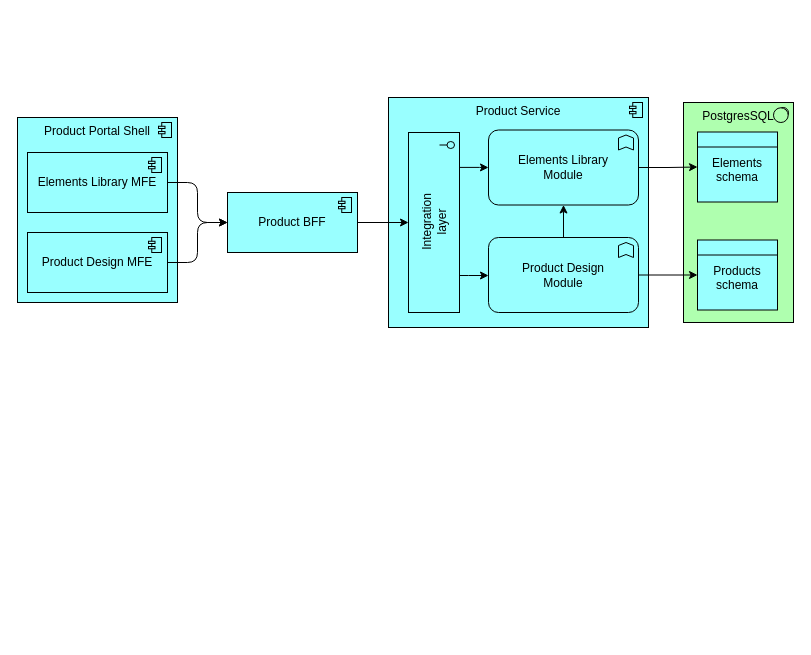
Above: Product_service_architecture.drawio in mswist/draw.io (draw.io), before the change. Source tidied: cells renumbered, new cells numbered last; positions are measured from the earlier drawing's top-left corner, leaving out a move shared by most shapes. Both pictures are drawn from the tidied source at 100%, with x=0, y=0 at pixel (17, 97).
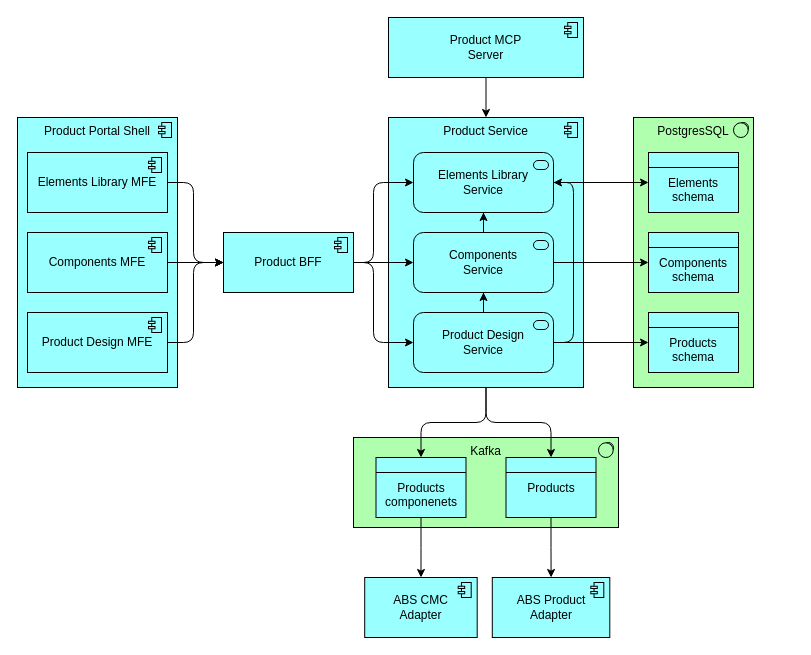
The same page after the edit.

Unchanged cells that the change refers to:
```xml
<mxCell id="6" value="Elements Library MFE" style="html=1;outlineConnect=0;whiteSpace=wrap;fillColor=#99ffff;shape=mxgraph.archimate3.application;appType=comp;archiType=square;" parent="1" vertex="1">
  <mxGeometry x="10" y="55" width="140" height="60" as="geometry" />
</mxCell>
```

The edit, as a diff of the source:
```diff
@@
+    <mxCell id="21" value="Kafka" style="html=1;whiteSpace=wrap;fillColor=#AFFFAF;shape=mxgraph.archimate3.application;appType=sysSw;archiType=square;verticalAlign=top;" parent="1" vertex="1">
+      <mxGeometry x="336" y="340" width="265" height="90" as="geometry" />
+    </mxCell>
     <mxCell id="2" value="PostgresSQL" style="html=1;whiteSpace=wrap;fillColor=#AFFFAF;shape=mxgraph.archimate3.application;appType=sysSw;archiType=square;verticalAlign=top;" parent="1" vertex="1">
-      <mxGeometry x="666" y="5" width="110" height="220" as="geometry" />
+      <mxGeometry x="616" y="20" width="120" height="270" as="geometry" />
     </mxCell>
+    <mxCell id="22" style="edgeStyle=orthogonalEdgeStyle;rounded=1;jettySize=auto;html=1;curved=0;" parent="1" edge="1" source="3" target="42">
+      <mxGeometry relative="1" as="geometry" />
+    </mxCell>
+    <mxCell id="23" style="edgeStyle=orthogonalEdgeStyle;rounded=1;jettySize=auto;html=1;curved=0;" parent="1" edge="1" source="3" target="44">
+      <mxGeometry relative="1" as="geometry" />
+    </mxCell>
     <mxCell id="3" value="Product Service" style="html=1;outlineConnect=0;whiteSpace=wrap;fillColor=#99ffff;shape=mxgraph.archimate3.application;appType=comp;archiType=square;verticalAlign=top;" parent="1" vertex="1">
-      <mxGeometry x="371" width="260" height="230" as="geometry" />
+      <mxGeometry x="371" y="20" width="195" height="270" as="geometry" />
     </mxCell>
     <mxCell id="4" value="Product Portal Shell" style="html=1;whiteSpace=wrap;fillColor=#99ffff;shape=mxgraph.archimate3.application;appType=comp;archiType=square;verticalAlign=top;" parent="1" vertex="1">
-      <mxGeometry y="20" width="160" height="185" as="geometry" />
+      <mxGeometry y="20" width="160" height="270" as="geometry" />
     </mxCell>
     <mxCell id="5" style="edgeStyle=orthogonalEdgeStyle;rounded=1;jettySize=auto;html=1;curved=0;" parent="1" edge="1" source="6" target="10">
-      <mxGeometry relative="1" as="geometry" />
+      <mxGeometry relative="1" as="geometry">
+        <Array as="points">
+          <mxPoint x="176" y="85" />
+          <mxPoint x="176" y="165" />
+        </Array>
+      </mxGeometry>
     </mxCell>
@@
-    <mxCell id="8" value="Product Design MFE" style="html=1;outlineConnect=0;whiteSpace=wrap;fillColor=#99ffff;shape=mxgraph.archimate3.application;appType=comp;archiType=square;" parent="1" vertex="1">
+    <mxCell id="8" value="Components MFE" style="html=1;outlineConnect=0;whiteSpace=wrap;fillColor=#99ffff;shape=mxgraph.archimate3.application;appType=comp;archiType=square;" parent="1" vertex="1">
       <mxGeometry x="10" y="135" width="140" height="60" as="geometry" />
     </mxCell>
-    <mxCell id="9" style="edgeStyle=orthogonalEdgeStyle;rounded=0;jettySize=auto;html=1;" parent="1" edge="1" source="10" target="18">
-      <mxGeometry relative="1" as="geometry" />
-    </mxCell>
+    <mxCell id="24" style="edgeStyle=orthogonalEdgeStyle;rounded=0;jettySize=auto;html=1;" parent="1" edge="1" source="10" target="31">
+      <mxGeometry relative="1" as="geometry" />
+    </mxCell>
     <mxCell id="10" value="Product BFF" style="html=1;outlineConnect=0;whiteSpace=wrap;fillColor=#99ffff;shape=mxgraph.archimate3.application;appType=comp;archiType=square;" parent="1" vertex="1">
-      <mxGeometry x="210" y="95" width="130" height="60" as="geometry" />
+      <mxGeometry x="206" y="135" width="130" height="60" as="geometry" />
     </mxCell>
-    <mxCell id="11" style="edgeStyle=orthogonalEdgeStyle;rounded=0;jettySize=auto;html=1;" parent="1" edge="1" source="12" target="19">
-      <mxGeometry relative="1" as="geometry" />
-    </mxCell>
-    <mxCell id="12" value="Elements Library&lt;br&gt;Module" style="html=1;outlineConnect=0;whiteSpace=wrap;fillColor=#99ffff;shape=mxgraph.archimate3.application;appType=func;archiType=rounded;" parent="1" vertex="1">
-      <mxGeometry x="471" y="32.5" width="150" height="75" as="geometry" />
-    </mxCell>
-    <mxCell id="13" style="edgeStyle=orthogonalEdgeStyle;rounded=0;jettySize=auto;html=1;" parent="1" edge="1" source="15" target="12">
-      <mxGeometry relative="1" as="geometry" />
-    </mxCell>
-    <mxCell id="14" style="edgeStyle=orthogonalEdgeStyle;rounded=0;jettySize=auto;html=1;" parent="1" edge="1" source="15" target="20">
-      <mxGeometry relative="1" as="geometry" />
-    </mxCell>
-    <mxCell id="15" value="Product Design&lt;br&gt;Module" style="html=1;outlineConnect=0;whiteSpace=wrap;fillColor=#99ffff;shape=mxgraph.archimate3.application;appType=func;archiType=rounded;" parent="1" vertex="1">
-      <mxGeometry x="471" y="140" width="150" height="75" as="geometry" />
-    </mxCell>
-    <mxCell id="16" style="edgeStyle=orthogonalEdgeStyle;rounded=0;jettySize=auto;html=1;exitX=0.784;exitY=0.194;exitDx=0;exitDy=0;exitPerimeter=0;" parent="1" edge="1" source="18" target="12">
-      <mxGeometry relative="1" as="geometry" />
-    </mxCell>
-    <mxCell id="17" style="edgeStyle=orthogonalEdgeStyle;rounded=0;jettySize=auto;html=1;" parent="1" edge="1" source="18" target="15">
-      <mxGeometry relative="1" as="geometry">
-        <Array as="points">
-          <mxPoint x="451" y="178" />
-          <mxPoint x="451" y="178" />
-        </Array>
-      </mxGeometry>
-    </mxCell>
-    <mxCell id="18" value="Integration&lt;br&gt;layer" style="html=1;outlineConnect=0;whiteSpace=wrap;fillColor=#99ffff;shape=mxgraph.archimate3.application;appType=interface;archiType=square;horizontal=0;" parent="1" vertex="1">
-      <mxGeometry x="391" y="35" width="51" height="180" as="geometry" />
-    </mxCell>
     <mxCell id="19" value="&lt;table cellpadding=&quot;0&quot; cellspacing=&quot;0&quot; style=&quot;font-size:1em;width:100%;height:100%;&quot;&gt;&lt;tbody&gt;&lt;tr style=&quot;height:20px;&quot;&gt;&lt;td align=&quot;center&quot;&gt;&lt;/td&gt;&lt;/tr&gt;&lt;tr&gt;&lt;td valign=&quot;top&quot; style=&quot;padding:4px;&quot;&gt;Elements&lt;br&gt;schema&lt;/td&gt;&lt;/tr&gt;&lt;/tbody&gt;&lt;/table&gt;" style="html=1;outlineConnect=0;whiteSpace=wrap;fillColor=#99ffff;shape=mxgraph.archimate3.businessObject;overflow=fill;" parent="1" vertex="1">
-      <mxGeometry x="680" y="34.5" width="80" height="70" as="geometry" />
+      <mxGeometry x="631" y="55" width="90" height="60" as="geometry" />
     </mxCell>
+    <mxCell id="25" value="Product Design MFE" style="html=1;outlineConnect=0;whiteSpace=wrap;fillColor=#99ffff;shape=mxgraph.archimate3.application;appType=comp;archiType=square;" parent="1" vertex="1">
+      <mxGeometry x="10" y="215" width="140" height="60" as="geometry" />
+    </mxCell>
+    <mxCell id="26" style="edgeStyle=orthogonalEdgeStyle;rounded=1;jettySize=auto;html=1;entryX=0;entryY=0.5;entryDx=0;entryDy=0;entryPerimeter=0;curved=0;" parent="1" edge="1" source="25" target="10">
+      <mxGeometry relative="1" as="geometry">
+        <Array as="points">
+          <mxPoint x="176" y="245" />
+          <mxPoint x="176" y="165" />
+        </Array>
+      </mxGeometry>
+    </mxCell>
+    <mxCell id="27" style="edgeStyle=orthogonalEdgeStyle;rounded=0;jettySize=auto;html=1;" parent="1" edge="1" source="28" target="19">
+      <mxGeometry relative="1" as="geometry" />
+    </mxCell>
+    <mxCell id="28" value="Elements Library&lt;br&gt;Service" style="html=1;outlineConnect=0;whiteSpace=wrap;fillColor=#99ffff;shape=mxgraph.archimate3.application;appType=serv;archiType=rounded;" parent="1" vertex="1">
+      <mxGeometry x="396" y="55" width="140" height="60" as="geometry" />
+    </mxCell>
+    <mxCell id="29" style="edgeStyle=orthogonalEdgeStyle;rounded=0;jettySize=auto;html=1;" parent="1" edge="1" source="31" target="28">
+      <mxGeometry relative="1" as="geometry" />
+    </mxCell>
+    <mxCell id="30" style="edgeStyle=orthogonalEdgeStyle;rounded=0;jettySize=auto;html=1;" parent="1" edge="1" source="31" target="38">
+      <mxGeometry relative="1" as="geometry" />
+    </mxCell>
+    <mxCell id="31" value="Components&lt;br&gt;Service" style="html=1;outlineConnect=0;whiteSpace=wrap;fillColor=#99ffff;shape=mxgraph.archimate3.application;appType=serv;archiType=rounded;" parent="1" vertex="1">
+      <mxGeometry x="396" y="135" width="140" height="60" as="geometry" />
+    </mxCell>
+    <mxCell id="32" style="edgeStyle=orthogonalEdgeStyle;rounded=0;jettySize=auto;html=1;" parent="1" edge="1" source="35" target="31">
+      <mxGeometry relative="1" as="geometry" />
+    </mxCell>
+    <mxCell id="33" style="edgeStyle=orthogonalEdgeStyle;rounded=1;jettySize=auto;html=1;curved=0;" parent="1" edge="1" source="35" target="28">
+      <mxGeometry relative="1" as="geometry">
+        <Array as="points">
+          <mxPoint x="556" y="245" />
+          <mxPoint x="556" y="85" />
+        </Array>
+      </mxGeometry>
+    </mxCell>
+    <mxCell id="34" style="edgeStyle=orthogonalEdgeStyle;rounded=0;jettySize=auto;html=1;" parent="1" edge="1" source="35" target="20">
+      <mxGeometry relative="1" as="geometry" />
+    </mxCell>
+    <mxCell id="35" value="Product Design&lt;br&gt;Service" style="html=1;outlineConnect=0;whiteSpace=wrap;fillColor=#99ffff;shape=mxgraph.archimate3.application;appType=serv;archiType=rounded;" parent="1" vertex="1">
+      <mxGeometry x="396" y="215" width="140" height="60" as="geometry" />
+    </mxCell>
+    <mxCell id="36" style="edgeStyle=orthogonalEdgeStyle;rounded=1;jettySize=auto;html=1;entryX=0;entryY=0.5;entryDx=0;entryDy=0;entryPerimeter=0;curved=0;" parent="1" edge="1" source="10" target="35">
+      <mxGeometry relative="1" as="geometry">
+        <Array as="points">
+          <mxPoint x="356" y="165" />
+          <mxPoint x="356" y="245" />
+        </Array>
+      </mxGeometry>
+    </mxCell>
+    <mxCell id="37" style="edgeStyle=orthogonalEdgeStyle;rounded=1;jettySize=auto;html=1;entryX=0;entryY=0.5;entryDx=0;entryDy=0;entryPerimeter=0;curved=0;" parent="1" edge="1" source="10" target="28">
+      <mxGeometry relative="1" as="geometry">
+        <Array as="points">
+          <mxPoint x="356" y="165" />
+          <mxPoint x="356" y="85" />
+        </Array>
+      </mxGeometry>
+    </mxCell>
+    <mxCell id="38" value="&lt;table cellpadding=&quot;0&quot; cellspacing=&quot;0&quot; style=&quot;font-size:1em;width:100%;height:100%;&quot;&gt;&lt;tbody&gt;&lt;tr style=&quot;height:20px;&quot;&gt;&lt;td align=&quot;center&quot;&gt;&lt;/td&gt;&lt;/tr&gt;&lt;tr&gt;&lt;td valign=&quot;top&quot; style=&quot;padding:4px;&quot;&gt;Components&lt;br&gt;schema&lt;/td&gt;&lt;/tr&gt;&lt;/tbody&gt;&lt;/table&gt;" style="html=1;outlineConnect=0;whiteSpace=wrap;fillColor=#99ffff;shape=mxgraph.archimate3.businessObject;overflow=fill;" parent="1" vertex="1">
+      <mxGeometry x="631" y="135" width="90" height="60" as="geometry" />
+    </mxCell>
-    <mxCell id="20" value="&lt;table cellpadding=&quot;0&quot; cellspacing=&quot;0&quot; style=&quot;font-size:1em;width:100%;height:100%;&quot;&gt;&lt;tbody&gt;&lt;tr style=&quot;height:20px;&quot;&gt;&lt;td&gt;&lt;/td&gt;&lt;/tr&gt;&lt;tr&gt;&lt;td valign=&quot;top&quot; style=&quot;padding:4px;&quot;&gt;Products&lt;br&gt;schema&lt;/td&gt;&lt;/tr&gt;&lt;/tbody&gt;&lt;/table&gt;" style="html=1;outlineConnect=0;whiteSpace=wrap;fillColor=#99ffff;shape=mxgraph.archimate3.businessObject;overflow=fill;align=center;" parent="1" vertex="1">
-      <mxGeometry x="680" y="142.5" width="80" height="70" as="geometry" />
+    <mxCell id="20" value="&lt;table cellpadding=&quot;0&quot; cellspacing=&quot;0&quot; style=&quot;font-size:1em;width:100%;height:100%;&quot;&gt;&lt;tbody&gt;&lt;tr style=&quot;height:20px;&quot;&gt;&lt;td align=&quot;center&quot;&gt;&lt;/td&gt;&lt;/tr&gt;&lt;tr&gt;&lt;td valign=&quot;top&quot; style=&quot;padding:4px;&quot;&gt;Products&lt;br&gt;schema&lt;/td&gt;&lt;/tr&gt;&lt;/tbody&gt;&lt;/table&gt;" style="html=1;outlineConnect=0;whiteSpace=wrap;fillColor=#99ffff;shape=mxgraph.archimate3.businessObject;overflow=fill;" parent="1" vertex="1">
+      <mxGeometry x="631" y="215" width="90" height="60" as="geometry" />
     </mxCell>
+    <mxCell id="39" style="edgeStyle=orthogonalEdgeStyle;rounded=0;jettySize=auto;html=1;" parent="1" edge="1" source="40" target="3">
+      <mxGeometry relative="1" as="geometry" />
+    </mxCell>
+    <mxCell id="40" value="Product MCP&lt;br&gt;Server" style="html=1;outlineConnect=0;whiteSpace=wrap;fillColor=#99ffff;shape=mxgraph.archimate3.application;appType=comp;archiType=square;" parent="1" vertex="1">
+      <mxGeometry x="371" y="-80" width="195" height="60" as="geometry" />
+    </mxCell>
+    <mxCell id="41" style="edgeStyle=orthogonalEdgeStyle;rounded=0;jettySize=auto;html=1;" parent="1" edge="1" source="42" target="45">
+      <mxGeometry relative="1" as="geometry" />
+    </mxCell>
+    <mxCell id="42" value="&lt;table cellpadding=&quot;0&quot; cellspacing=&quot;0&quot; style=&quot;font-size:1em;width:100%;height:100%;&quot;&gt;&lt;tbody&gt;&lt;tr style=&quot;height:20px;&quot;&gt;&lt;td align=&quot;center&quot;&gt;&lt;/td&gt;&lt;/tr&gt;&lt;tr&gt;&lt;td valign=&quot;top&quot; style=&quot;padding:4px;&quot;&gt;Products&lt;br&gt;componenets&lt;/td&gt;&lt;/tr&gt;&lt;/tbody&gt;&lt;/table&gt;" style="html=1;outlineConnect=0;whiteSpace=wrap;fillColor=#99ffff;shape=mxgraph.archimate3.businessObject;overflow=fill;" parent="1" vertex="1">
+      <mxGeometry x="358.5" y="360" width="90" height="60" as="geometry" />
+    </mxCell>
+    <mxCell id="43" style="edgeStyle=orthogonalEdgeStyle;rounded=0;jettySize=auto;html=1;" parent="1" edge="1" source="44" target="46">
+      <mxGeometry relative="1" as="geometry" />
+    </mxCell>
+    <mxCell id="44" value="&lt;table cellpadding=&quot;0&quot; cellspacing=&quot;0&quot; style=&quot;font-size:1em;width:100%;height:100%;&quot;&gt;&lt;tbody&gt;&lt;tr style=&quot;height:20px;&quot;&gt;&lt;td align=&quot;center&quot;&gt;&lt;/td&gt;&lt;/tr&gt;&lt;tr&gt;&lt;td valign=&quot;top&quot; style=&quot;padding:4px;&quot;&gt;Products&lt;br&gt;&lt;/td&gt;&lt;/tr&gt;&lt;/tbody&gt;&lt;/table&gt;" style="html=1;outlineConnect=0;whiteSpace=wrap;fillColor=#99ffff;shape=mxgraph.archimate3.businessObject;overflow=fill;" parent="1" vertex="1">
+      <mxGeometry x="488.5" y="360" width="90" height="60" as="geometry" />
+    </mxCell>
+    <mxCell id="45" value="ABS CMC&lt;br&gt;Adapter" style="html=1;outlineConnect=0;whiteSpace=wrap;fillColor=#99ffff;shape=mxgraph.archimate3.application;appType=comp;archiType=square;" parent="1" vertex="1">
+      <mxGeometry x="347.2" y="480" width="112.5" height="60" as="geometry" />
+    </mxCell>
+    <mxCell id="46" value="ABS Product&lt;br&gt;Adapter" style="html=1;outlineConnect=0;whiteSpace=wrap;fillColor=#99ffff;shape=mxgraph.archimate3.application;appType=comp;archiType=square;" parent="1" vertex="1">
+      <mxGeometry x="474.8" y="480" width="117.5" height="60" as="geometry" />
+    </mxCell>
```
